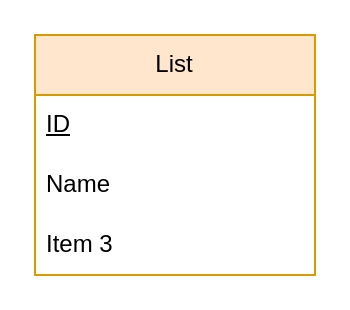
The draw.io diagram 1st-deliverable/ER Diagram.drawio in miuponn/eHotels-Project, before the edit. Source tidied: cells renumbered, new cells numbered last; positions are measured from the earlier drawing's top-left corner, leaving out a move shared by most shapes. Both pictures are drawn from the tidied source at 200%, with x=0, y=0 at pixel (34, 34).
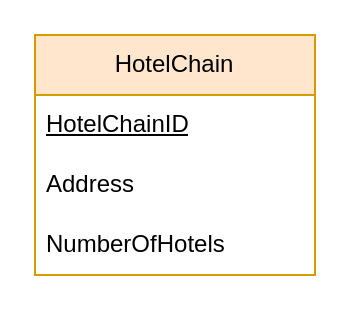
The same diagram, later.

Change to the diagram source:
```diff
@@
 <mxGraphModel>
   <root>
     <mxCell id="0" />
     <mxCell id="1" parent="0" />
-    <mxCell id="2" value="List" style="swimlane;fontStyle=0;horizontal=1;startSize=30;whiteSpace=wrap;html=1;fillColor=#ffe6cc;strokeColor=#d79b00;" parent="1" vertex="1">
+    <mxCell id="2" value="HotelChain" style="swimlane;fontStyle=0;horizontal=1;startSize=30;whiteSpace=wrap;html=1;fillColor=#ffe6cc;strokeColor=#d79b00;" parent="1" vertex="1">
       <mxGeometry width="140" height="120" as="geometry" />
     </mxCell>
-    <mxCell id="3" value="&lt;u&gt;ID&lt;/u&gt;" style="text;strokeColor=none;fillColor=none;align=left;verticalAlign=middle;spacingLeft=4;spacingRight=4;overflow=hidden;whiteSpace=wrap;html=1;" parent="2" vertex="1">
+    <mxCell id="3" value="&lt;u&gt;HotelChainID&lt;/u&gt;" style="text;strokeColor=none;fillColor=none;align=left;verticalAlign=middle;spacingLeft=4;spacingRight=4;overflow=hidden;whiteSpace=wrap;html=1;" parent="2" vertex="1">
       <mxGeometry y="30" width="140" height="30" as="geometry" />
     </mxCell>
-    <mxCell id="4" value="Name" style="text;strokeColor=none;fillColor=none;align=left;verticalAlign=middle;spacingLeft=4;spacingRight=4;overflow=hidden;whiteSpace=wrap;html=1;" parent="2" vertex="1">
+    <mxCell id="4" value="Address" style="text;strokeColor=none;fillColor=none;align=left;verticalAlign=middle;spacingLeft=4;spacingRight=4;overflow=hidden;whiteSpace=wrap;html=1;" parent="2" vertex="1">
       <mxGeometry y="60" width="140" height="30" as="geometry" />
     </mxCell>
-    <mxCell id="5" value="Item 3" style="text;strokeColor=none;fillColor=none;align=left;verticalAlign=middle;spacingLeft=4;spacingRight=4;overflow=hidden;whiteSpace=wrap;html=1;" parent="2" vertex="1">
+    <mxCell id="5" value="NumberOfHotels" style="text;strokeColor=none;fillColor=none;align=left;verticalAlign=middle;spacingLeft=4;spacingRight=4;overflow=hidden;whiteSpace=wrap;html=1;" parent="2" vertex="1">
       <mxGeometry y="90" width="140" height="30" as="geometry" />
     </mxCell>
   </root>
 </mxGraphModel>
```
